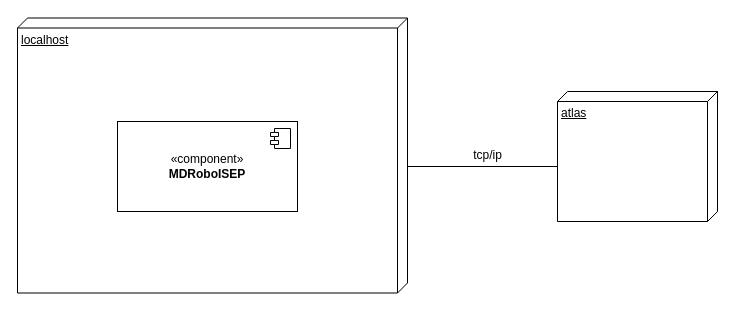
The draw.io diagram docs/N2/VF.drawio in SEM5PI2324G58/sem5pi_g58_23_24, before the edit. Source tidied: cells renumbered, new cells numbered last; positions are measured from the earlier drawing's top-left corner, leaving out a move shared by most shapes. Both pictures are drawn from the tidied source at 100%, with x=0, y=0 at pixel (17, 17).
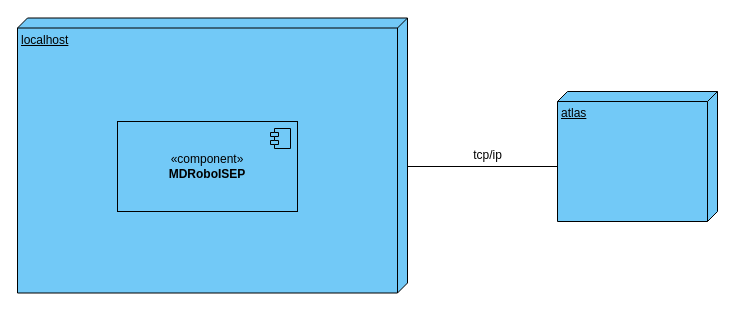
The same page after the edit.

Diff of the diagram source:
```diff
@@
 <mxGraphModel>
   <root>
     <mxCell id="0" />
     <mxCell id="1" parent="0" />
-    <mxCell id="2" value="localhost" style="verticalAlign=top;align=left;spacingTop=8;spacingLeft=2;spacingRight=12;shape=cube;size=10;direction=south;fontStyle=4;html=1;whiteSpace=wrap;" parent="1" vertex="1">
+    <mxCell id="2" value="localhost" style="verticalAlign=top;align=left;spacingTop=8;spacingLeft=2;spacingRight=12;shape=cube;size=10;direction=south;fontStyle=4;html=1;whiteSpace=wrap;fillColor=#72C9F7;" parent="1" vertex="1">
       <mxGeometry y="0.5" width="390" height="275" as="geometry" />
     </mxCell>
-    <mxCell id="3" style="line;strokeWidth=1;fillColor=none;align=left;verticalAlign=middle;spacingTop=-1;spacingLeft=3;spacingRight=3;labelPosition=right;strokeColor=inherit;" parent="1" vertex="1">
+    <mxCell id="3" style="line;strokeWidth=1;fillColor=#72C9F7;align=left;verticalAlign=middle;spacingTop=-1;spacingLeft=3;spacingRight=3;labelPosition=right;strokeColor=inherit;" parent="1" vertex="1">
       <mxGeometry x="390" y="145" width="160" height="8" as="geometry" />
     </mxCell>
-    <mxCell id="4" value="atlas" style="verticalAlign=top;align=left;spacingTop=8;spacingLeft=2;spacingRight=12;shape=cube;size=10;direction=south;fontStyle=4;html=1;whiteSpace=wrap;" parent="1" vertex="1">
+    <mxCell id="4" value="atlas" style="verticalAlign=top;align=left;spacingTop=8;spacingLeft=2;spacingRight=12;shape=cube;size=10;direction=south;fontStyle=4;html=1;whiteSpace=wrap;fillColor=#72C9F7;" parent="1" vertex="1">
       <mxGeometry x="540" y="74" width="160" height="130" as="geometry" />
     </mxCell>
     <mxCell id="5" value="tcp/ip" style="text;html=1;align=center;verticalAlign=middle;strokeColor=none;fillColor=none;" parent="1" vertex="1">
       <mxGeometry x="445" y="123" width="50" height="30" as="geometry" />
     </mxCell>
-    <mxCell id="6" value="«component»&lt;br&gt;&lt;b&gt;MDRoboISEP&lt;/b&gt;" style="html=1;whiteSpace=wrap;" parent="1" vertex="1">
+    <mxCell id="6" value="«component»&lt;br&gt;&lt;b&gt;MDRoboISEP&lt;/b&gt;" style="html=1;whiteSpace=wrap;fillColor=#72C9F7;" parent="1" vertex="1">
       <mxGeometry x="100" y="104" width="180" height="90" as="geometry" />
     </mxCell>
-    <mxCell id="7" style="shape=module;jettyWidth=8;jettyHeight=4;" parent="6" vertex="1">
+    <mxCell id="7" style="shape=module;jettyWidth=8;jettyHeight=4;fillColor=#72C9F7;" parent="6" vertex="1">
       <mxGeometry x="1" width="20" height="20" relative="1" as="geometry">
         <mxPoint x="-27" y="7" as="offset" />
       </mxGeometry>
     </mxCell>
   </root>
 </mxGraphModel>
```
